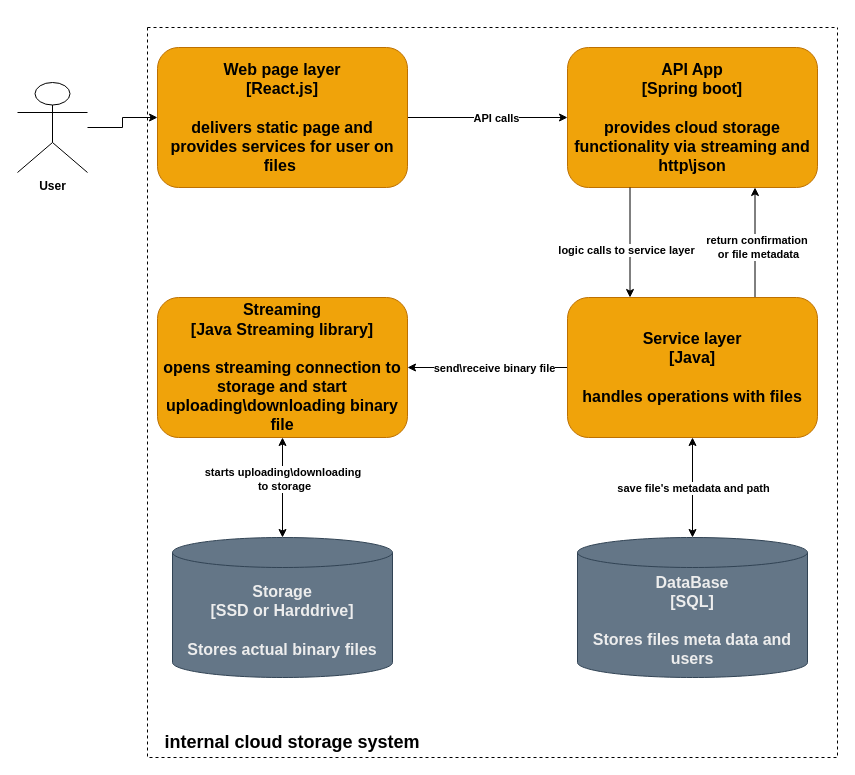
The draw.io diagram Documents/Diagrams/Arch_Container_Diagram.drawio in Rahq5/CCSP-CloudStorage, before the edit. Source tidied: cells renumbered, new cells numbered last; positions are measured from the earlier drawing's top-left corner, leaving out a move shared by most shapes. Both pictures are drawn from the tidied source at 100%, with x=0, y=0 at pixel (17, 27).
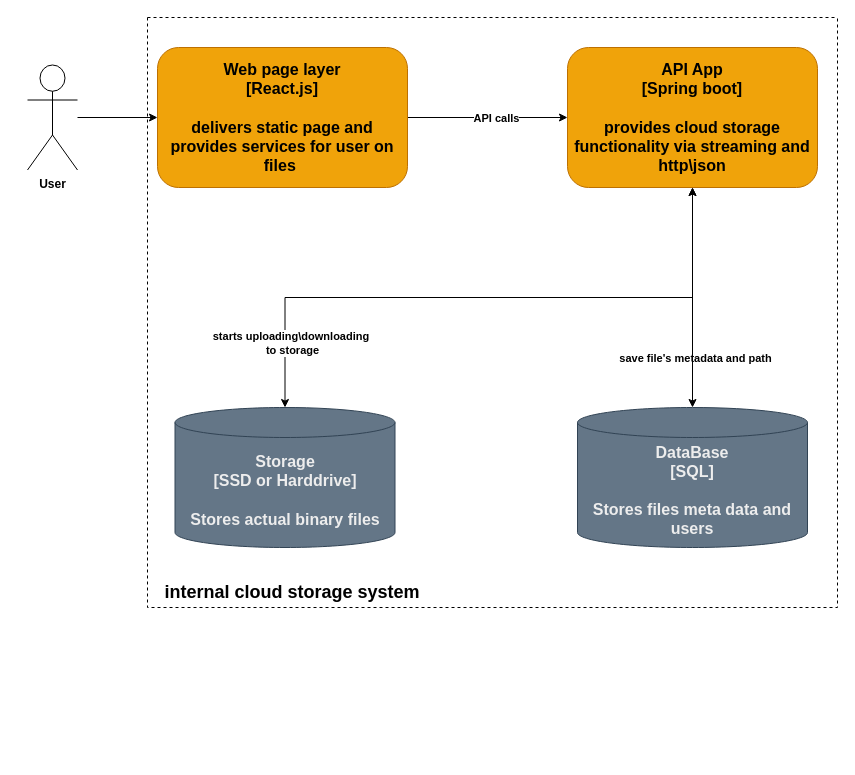
The same diagram, later.

Commit message (it also covers changes not shown here):
added component diagram

The change refers to these unchanged cells:
```xml
<mxCell id="8" value="&lt;span style=&quot;font-size: 16px;&quot;&gt;&lt;b&gt;API App&lt;/b&gt;&lt;/span&gt;&lt;br&gt;&lt;div&gt;&lt;b&gt;&lt;font style=&quot;font-size: 16px;&quot;&gt;[Spring boot]&lt;/font&gt;&lt;/b&gt;&lt;/div&gt;&lt;div&gt;&lt;b&gt;&lt;font style=&quot;font-size: 16px;&quot;&gt;&lt;br&gt;&lt;/font&gt;&lt;/b&gt;&lt;/div&gt;&lt;div&gt;&lt;span style=&quot;font-size: 16px;&quot;&gt;&lt;b&gt;provides cloud storage functionality via streaming and http\json&lt;/b&gt;&lt;/span&gt;&lt;/div&gt;" style="rounded=1;whiteSpace=wrap;html=1;fillColor=#f0a30a;fontColor=#000000;strokeColor=#BD7000;" parent="1" vertex="1">
  <mxGeometry x="550" y="20" width="250" height="140" as="geometry" />
</mxCell>
```

The edit, as a diff of the source:
```diff
@@
     <mxCell id="2" style="swimlane;startSize=0;dashed=1;" parent="1" vertex="1">
-      <mxGeometry x="130" width="690" height="730" as="geometry" />
+      <mxGeometry x="130" y="-10" width="690" height="590" as="geometry" />
     </mxCell>
     <mxCell id="3" value="&lt;b&gt;&lt;font style=&quot;font-size: 18px;&quot;&gt;internal cloud storage system&lt;/font&gt;&lt;/b&gt;" style="text;html=1;whiteSpace=wrap;strokeColor=none;fillColor=none;align=center;verticalAlign=middle;rounded=0;" parent="2" vertex="1">
-      <mxGeometry y="700" width="290" height="30" as="geometry" />
+      <mxGeometry y="560" width="290" height="30" as="geometry" />
     </mxCell>
+    <mxCell id="6" value="&lt;font color=&quot;#ededed&quot;&gt;&lt;span style=&quot;font-size: 16px;&quot;&gt;&lt;b&gt;Storage&lt;/b&gt;&lt;/span&gt;&lt;/font&gt;&lt;br style=&quot;color: rgb(237, 237, 237);&quot;&gt;&lt;div style=&quot;color: rgb(237, 237, 237);&quot;&gt;&lt;b&gt;&lt;font style=&quot;font-size: 16px;&quot;&gt;[SSD or Harddrive]&lt;/font&gt;&lt;/b&gt;&lt;/div&gt;&lt;div style=&quot;color: rgb(237, 237, 237);&quot;&gt;&lt;b&gt;&lt;font style=&quot;font-size: 16px;&quot;&gt;&lt;br&gt;&lt;/font&gt;&lt;/b&gt;&lt;/div&gt;&lt;div style=&quot;color: rgb(237, 237, 237);&quot;&gt;&lt;span style=&quot;font-size: 16px;&quot;&gt;&lt;b&gt;Stores actual binary files&lt;/b&gt;&lt;/span&gt;&lt;/div&gt;" style="shape=cylinder3;whiteSpace=wrap;html=1;boundedLbl=1;backgroundOutline=1;size=15;fillColor=#647687;fontColor=#ffffff;strokeColor=#314354;" parent="2" vertex="1">
+      <mxGeometry x="27.5" y="390" width="220" height="140" as="geometry" />
+    </mxCell>
+    <mxCell id="7" value="&lt;font color=&quot;#ededed&quot;&gt;&lt;span style=&quot;font-size: 16px;&quot;&gt;&lt;b&gt;DataBase&lt;/b&gt;&lt;/span&gt;&lt;/font&gt;&lt;br style=&quot;color: rgb(237, 237, 237);&quot;&gt;&lt;div style=&quot;color: rgb(237, 237, 237);&quot;&gt;&lt;b&gt;&lt;font style=&quot;font-size: 16px;&quot;&gt;[SQL]&lt;/font&gt;&lt;/b&gt;&lt;/div&gt;&lt;div style=&quot;color: rgb(237, 237, 237);&quot;&gt;&lt;b&gt;&lt;font style=&quot;font-size: 16px;&quot;&gt;&lt;br&gt;&lt;/font&gt;&lt;/b&gt;&lt;/div&gt;&lt;div style=&quot;color: rgb(237, 237, 237);&quot;&gt;&lt;span style=&quot;font-size: 16px;&quot;&gt;&lt;b&gt;Stores files meta data and users&lt;/b&gt;&lt;/span&gt;&lt;/div&gt;" style="shape=cylinder3;whiteSpace=wrap;html=1;boundedLbl=1;backgroundOutline=1;size=15;fillColor=#647687;fontColor=#ffffff;strokeColor=#314354;" parent="2" vertex="1">
+      <mxGeometry x="430" y="390" width="230" height="140" as="geometry" />
+    </mxCell>
+    <mxCell id="23" value="&lt;b&gt;save file's metadata and path&lt;/b&gt;" style="edgeLabel;html=1;align=center;verticalAlign=middle;" parent="2" vertex="1">
+      <mxGeometry x="547.5" y="340" as="geometry" />
+    </mxCell>
@@
     <mxCell id="5" value="&lt;b&gt;User&lt;/b&gt;" style="shape=umlActor;verticalLabelPosition=bottom;verticalAlign=top;html=1;outlineConnect=0;" parent="1" vertex="1">
-      <mxGeometry y="55" width="70" height="90" as="geometry" />
+      <mxGeometry x="10" y="37.5" width="50" height="105" as="geometry" />
     </mxCell>
-    <mxCell id="6" value="&lt;font color=&quot;#ededed&quot;&gt;&lt;span style=&quot;font-size: 16px;&quot;&gt;&lt;b&gt;Storage&lt;/b&gt;&lt;/span&gt;&lt;/font&gt;&lt;br style=&quot;color: rgb(237, 237, 237);&quot;&gt;&lt;div style=&quot;color: rgb(237, 237, 237);&quot;&gt;&lt;b&gt;&lt;font style=&quot;font-size: 16px;&quot;&gt;[SSD or Harddrive]&lt;/font&gt;&lt;/b&gt;&lt;/div&gt;&lt;div style=&quot;color: rgb(237, 237, 237);&quot;&gt;&lt;b&gt;&lt;font style=&quot;font-size: 16px;&quot;&gt;&lt;br&gt;&lt;/font&gt;&lt;/b&gt;&lt;/div&gt;&lt;div style=&quot;color: rgb(237, 237, 237);&quot;&gt;&lt;span style=&quot;font-size: 16px;&quot;&gt;&lt;b&gt;Stores actual binary files&lt;/b&gt;&lt;/span&gt;&lt;/div&gt;" style="shape=cylinder3;whiteSpace=wrap;html=1;boundedLbl=1;backgroundOutline=1;size=15;fillColor=#647687;fontColor=#ffffff;strokeColor=#314354;" parent="1" vertex="1">
-      <mxGeometry x="155" y="510" width="220" height="140" as="geometry" />
-    </mxCell>
-    <mxCell id="7" value="&lt;font color=&quot;#ededed&quot;&gt;&lt;span style=&quot;font-size: 16px;&quot;&gt;&lt;b&gt;DataBase&lt;/b&gt;&lt;/span&gt;&lt;/font&gt;&lt;br style=&quot;color: rgb(237, 237, 237);&quot;&gt;&lt;div style=&quot;color: rgb(237, 237, 237);&quot;&gt;&lt;b&gt;&lt;font style=&quot;font-size: 16px;&quot;&gt;[SQL]&lt;/font&gt;&lt;/b&gt;&lt;/div&gt;&lt;div style=&quot;color: rgb(237, 237, 237);&quot;&gt;&lt;b&gt;&lt;font style=&quot;font-size: 16px;&quot;&gt;&lt;br&gt;&lt;/font&gt;&lt;/b&gt;&lt;/div&gt;&lt;div style=&quot;color: rgb(237, 237, 237);&quot;&gt;&lt;span style=&quot;font-size: 16px;&quot;&gt;&lt;b&gt;Stores files meta data and users&lt;/b&gt;&lt;/span&gt;&lt;/div&gt;" style="shape=cylinder3;whiteSpace=wrap;html=1;boundedLbl=1;backgroundOutline=1;size=15;fillColor=#647687;fontColor=#ffffff;strokeColor=#314354;" parent="1" vertex="1">
-      <mxGeometry x="560" y="510" width="230" height="140" as="geometry" />
-    </mxCell>
@@
-    <mxCell id="9" style="edgeStyle=orthogonalEdgeStyle;rounded=0;jettySize=auto;html=1;entryX=0.25;entryY=0;entryDx=0;entryDy=0;exitX=0.25;exitY=1;exitDx=0;exitDy=0;" parent="1" edge="1" source="8" target="21">
-      <mxGeometry relative="1" as="geometry" />
-    </mxCell>
-    <mxCell id="10" value="&lt;b&gt;logic calls to service layer&lt;/b&gt;" style="edgeLabel;html=1;align=center;verticalAlign=middle;" parent="9" vertex="1">
-      <mxGeometry x="0.13" y="-4" relative="1" as="geometry" />
-    </mxCell>
-    <mxCell id="11" style="edgeStyle=orthogonalEdgeStyle;rounded=0;jettySize=auto;html=1;startArrow=classic;startFill=1;" parent="1" edge="1" source="13" target="6">
-      <mxGeometry relative="1" as="geometry" />
-    </mxCell>
-    <mxCell id="12" value="&lt;b&gt;starts uploading\downloading&amp;nbsp;&lt;/b&gt;&lt;div&gt;&lt;b&gt;to storage&lt;/b&gt;&lt;/div&gt;" style="edgeLabel;html=1;align=center;verticalAlign=middle;" parent="11" vertex="1">
-      <mxGeometry x="-0.19" y="1" relative="1" as="geometry" />
-    </mxCell>
-    <mxCell id="13" value="&lt;span style=&quot;font-size: 16px;&quot;&gt;&lt;b&gt;Streaming&lt;/b&gt;&lt;/span&gt;&lt;br&gt;&lt;div&gt;&lt;b&gt;&lt;font style=&quot;font-size: 16px;&quot;&gt;[Java Streaming library]&lt;/font&gt;&lt;/b&gt;&lt;/div&gt;&lt;div&gt;&lt;b&gt;&lt;font style=&quot;font-size: 16px;&quot;&gt;&lt;br&gt;&lt;/font&gt;&lt;/b&gt;&lt;/div&gt;&lt;div&gt;&lt;span style=&quot;font-size: 16px;&quot;&gt;&lt;b&gt;opens streaming connection to storage and start uploading\downloading binary file&lt;/b&gt;&lt;/span&gt;&lt;/div&gt;" style="rounded=1;whiteSpace=wrap;html=1;fillColor=#f0a30a;fontColor=#000000;strokeColor=#BD7000;" parent="1" vertex="1">
-      <mxGeometry x="140" y="270" width="250" height="140" as="geometry" />
-    </mxCell>
@@
-    <mxCell id="17" style="edgeStyle=orthogonalEdgeStyle;rounded=0;jettySize=auto;html=1;entryX=1;entryY=0.5;entryDx=0;entryDy=0;" parent="1" edge="1" source="21" target="13">
-      <mxGeometry relative="1" as="geometry" />
-    </mxCell>
-    <mxCell id="18" value="&lt;b&gt;send\receive binary file&lt;/b&gt;" style="edgeLabel;html=1;align=center;verticalAlign=middle;" parent="17" vertex="1">
-      <mxGeometry x="-0.08" relative="1" as="geometry" />
-    </mxCell>
-    <mxCell id="19" style="edgeStyle=orthogonalEdgeStyle;rounded=0;jettySize=auto;html=1;exitX=0.75;exitY=0;exitDx=0;exitDy=0;entryX=0.75;entryY=1;entryDx=0;entryDy=0;" parent="1" edge="1" source="21" target="8">
-      <mxGeometry relative="1" as="geometry" />
-    </mxCell>
-    <mxCell id="20" value="&lt;b&gt;return confirmation&amp;nbsp;&lt;/b&gt;&lt;div&gt;&lt;b&gt;or file metadata&lt;/b&gt;&lt;/div&gt;" style="edgeLabel;html=1;align=center;verticalAlign=middle;" parent="19" vertex="1">
-      <mxGeometry x="-0.33" y="-3" relative="1" as="geometry">
-        <mxPoint y="-14" as="offset" />
-      </mxGeometry>
-    </mxCell>
-    <mxCell id="21" value="&lt;span style=&quot;font-size: 16px;&quot;&gt;&lt;b&gt;Service layer&lt;/b&gt;&lt;/span&gt;&lt;br&gt;&lt;div&gt;&lt;b&gt;&lt;font style=&quot;font-size: 16px;&quot;&gt;[Java]&lt;/font&gt;&lt;/b&gt;&lt;/div&gt;&lt;div&gt;&lt;b&gt;&lt;font style=&quot;font-size: 16px;&quot;&gt;&lt;br&gt;&lt;/font&gt;&lt;/b&gt;&lt;/div&gt;&lt;div&gt;&lt;span style=&quot;font-size: 16px;&quot;&gt;&lt;b&gt;handles operations with files&lt;/b&gt;&lt;/span&gt;&lt;/div&gt;" style="rounded=1;whiteSpace=wrap;html=1;fillColor=#f0a30a;fontColor=#000000;strokeColor=#BD7000;" parent="1" vertex="1">
-      <mxGeometry x="550" y="270" width="250" height="140" as="geometry" />
-    </mxCell>
-    <mxCell id="22" style="edgeStyle=orthogonalEdgeStyle;rounded=0;jettySize=auto;html=1;entryX=0.5;entryY=0;entryDx=0;entryDy=0;entryPerimeter=0;startArrow=classic;startFill=1;" parent="1" edge="1" source="21" target="7">
+    <mxCell id="22" style="edgeStyle=orthogonalEdgeStyle;rounded=0;jettySize=auto;html=1;entryX=0.5;entryY=0;entryDx=0;entryDy=0;entryPerimeter=0;startArrow=classic;startFill=1;exitX=0.5;exitY=1;exitDx=0;exitDy=0;" parent="1" edge="1" source="8" target="7">
       <mxGeometry relative="1" as="geometry" />
     </mxCell>
-    <mxCell id="23" value="&lt;b&gt;save file's metadata and path&lt;/b&gt;" style="edgeLabel;html=1;align=center;verticalAlign=middle;" parent="1" vertex="1">
-      <mxGeometry x="675" y="460" as="geometry" />
-    </mxCell>
+    <mxCell id="11" style="edgeStyle=orthogonalEdgeStyle;rounded=0;jettySize=auto;html=1;startArrow=classic;startFill=1;exitX=0.5;exitY=1;exitDx=0;exitDy=0;" parent="1" edge="1" source="8" target="6">
+      <mxGeometry relative="1" as="geometry" />
+    </mxCell>
+    <mxCell id="12" value="&lt;b&gt;starts uploading\downloading&amp;nbsp;&lt;/b&gt;&lt;div&gt;&lt;b&gt;to storage&lt;/b&gt;&lt;/div&gt;" style="edgeLabel;html=1;align=center;verticalAlign=middle;" parent="11" vertex="1">
+      <mxGeometry x="-0.19" y="1" relative="1" as="geometry">
+        <mxPoint x="-257" y="44" as="offset" />
+      </mxGeometry>
+    </mxCell>
```
